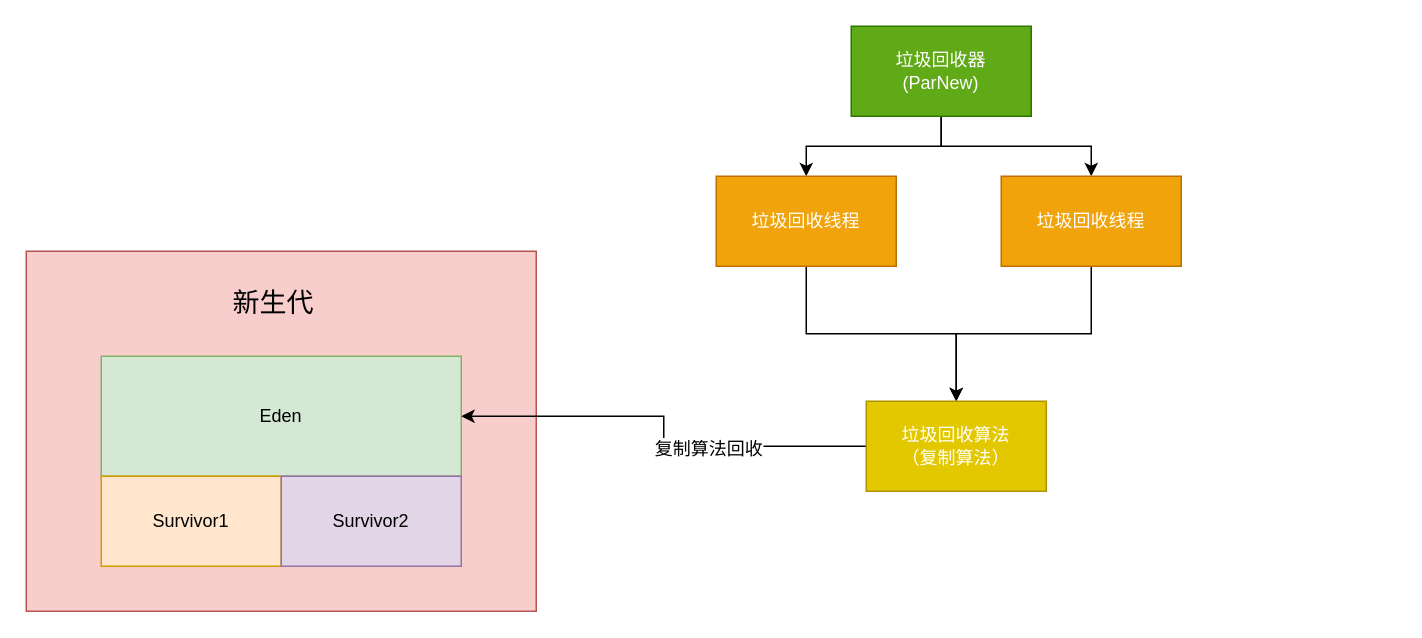
Before: 架构笔记/从0开始带你成为JVM实战高手/019_"Stop the World”问题分析：JVM最让人无奈的痛点.drawio in childin/childin, a draw.io diagram. Source tidied: cells renumbered, new cells numbered last; positions are measured from the earlier drawing's top-left corner, leaving out a move shared by most shapes. Both pictures are drawn from the tidied source at 150%, with x=0, y=0 at pixel (26, 26).
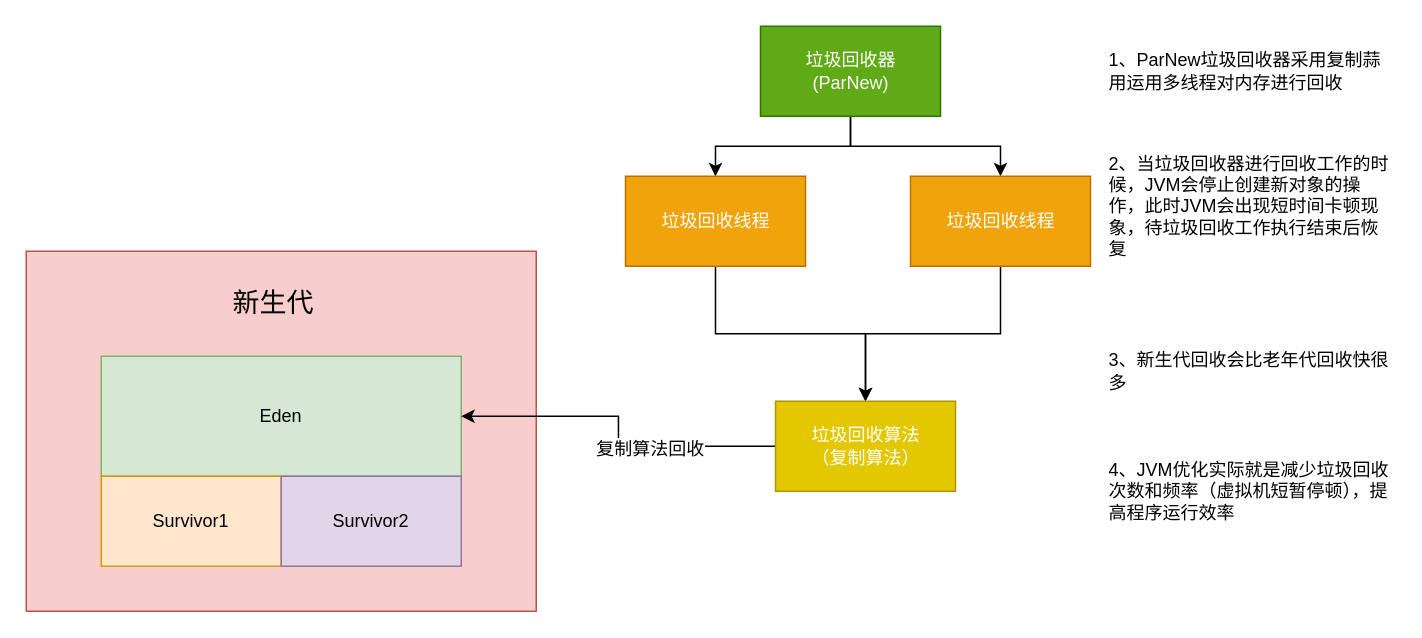
The same page after the edit.

Commit message (it also covers changes not shown here):
更新019_"Stop the World”问题分析：JVM最让人无奈的痛点.drawio

The edit, as a diff of the source:
```diff
@@
     <mxCell id="9" value="垃圾回收器&lt;br&gt;(ParNew)" style="rounded=0;whiteSpace=wrap;html=1;fontSize=12;fillColor=#60a917;strokeColor=#2D7600;fontColor=#ffffff;" parent="1" vertex="1">
-      <mxGeometry x="550" width="120" height="60" as="geometry" />
+      <mxGeometry x="489.5" width="120" height="60" as="geometry" />
     </mxCell>
@@
     <mxCell id="11" value="垃圾回收线程" style="rounded=0;whiteSpace=wrap;html=1;fontSize=12;fillColor=#f0a30a;strokeColor=#BD7000;fontColor=#ffffff;" parent="1" vertex="1">
-      <mxGeometry x="460" y="100" width="120" height="60" as="geometry" />
+      <mxGeometry x="399.5" y="100" width="120" height="60" as="geometry" />
     </mxCell>
@@
     <mxCell id="13" value="垃圾回收线程" style="rounded=0;whiteSpace=wrap;html=1;fontSize=12;fillColor=#f0a30a;strokeColor=#BD7000;fontColor=#ffffff;" parent="1" vertex="1">
-      <mxGeometry x="650" y="100" width="120" height="60" as="geometry" />
+      <mxGeometry x="589.5" y="100" width="120" height="60" as="geometry" />
     </mxCell>
@@
     <mxCell id="16" value="垃圾回收算法&lt;br&gt;（复制算法）" style="rounded=0;whiteSpace=wrap;html=1;fontSize=12;fillColor=#e3c800;strokeColor=#B09500;fontColor=#ffffff;" parent="1" vertex="1">
-      <mxGeometry x="560" y="250" width="120" height="60" as="geometry" />
+      <mxGeometry x="499.5" y="250" width="120" height="60" as="geometry" />
     </mxCell>
+    <mxCell id="17" value="1、ParNew垃圾回收器采用复制蒜用运用多线程对内存进行回收&lt;br&gt;" style="text;html=1;strokeColor=none;fillColor=none;align=left;verticalAlign=middle;whiteSpace=wrap;rounded=0;fontSize=12;" parent="1" vertex="1">
+      <mxGeometry x="720" width="193" height="60" as="geometry" />
+    </mxCell>
+    <mxCell id="18" value="2、当垃圾回收器进行回收工作的时候，JVM会停止创建新对象的操作，此时JVM会出现短时间卡顿现象，待垃圾回收工作执行结束后恢复" style="text;html=1;strokeColor=none;fillColor=none;align=left;verticalAlign=middle;whiteSpace=wrap;rounded=0;fontSize=12;" parent="1" vertex="1">
+      <mxGeometry x="720" y="90" width="193" height="60" as="geometry" />
+    </mxCell>
+    <mxCell id="19" value="3、新生代回收会比老年代回收快很多" style="text;html=1;strokeColor=none;fillColor=none;align=left;verticalAlign=middle;whiteSpace=wrap;rounded=0;fontSize=12;" parent="1" vertex="1">
+      <mxGeometry x="720" y="200" width="193" height="60" as="geometry" />
+    </mxCell>
+    <mxCell id="20" value="4、JVM优化实际就是减少垃圾回收次数和频率（虚拟机短暂停顿），提高程序运行效率" style="text;html=1;strokeColor=none;fillColor=none;align=left;verticalAlign=middle;whiteSpace=wrap;rounded=0;fontSize=12;" parent="1" vertex="1">
+      <mxGeometry x="720" y="280" width="193" height="60" as="geometry" />
+    </mxCell>
```
